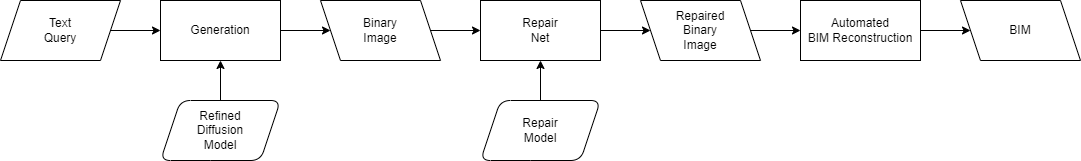
This is images/repaired_binary_model_gen.drawio.png from AI4SC/bim-diffusion-models, a draw.io export, as it was before one commit. Source tidied: cells renumbered, new cells last; positions are measured from the earlier drawing's top-left corner, leaving out a move shared by most shapes.
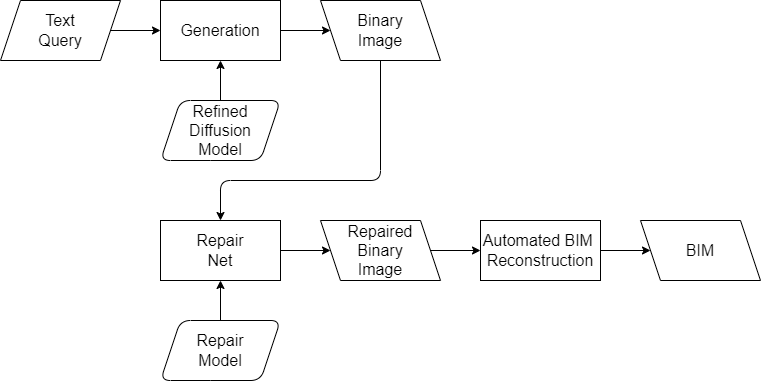
After the change.

Change to the diagram source:
```diff
@@ -2,55 +2,59 @@
   <root>
     <mxCell id="0" />
     <mxCell id="1" parent="0" />
-    <mxCell id="2" style="edgeStyle=none;html=1;exitX=1;exitY=0.5;exitDx=0;exitDy=0;entryX=0;entryY=0.5;entryDx=0;entryDy=0;" parent="1" edge="1" source="3" target="5">
+    <mxCell id="2" style="edgeStyle=none;html=1;exitX=1;exitY=0.5;exitDx=0;exitDy=0;entryX=0;entryY=0.5;entryDx=0;entryDy=0;fontSize=16;" parent="1" edge="1" source="3" target="5">
       <mxGeometry relative="1" as="geometry" />
     </mxCell>
-    <mxCell id="3" value="Text&lt;br&gt;Query" style="shape=parallelogram;perimeter=parallelogramPerimeter;whiteSpace=wrap;html=1;fixedSize=1;" parent="1" vertex="1">
-      <mxGeometry width="120" height="60" as="geometry" />
+    <mxCell id="3" value="Text&lt;br style=&quot;font-size: 16px;&quot;&gt;Query" style="shape=parallelogram;perimeter=parallelogramPerimeter;whiteSpace=wrap;html=1;fixedSize=1;fontSize=16;" parent="1" vertex="1">
+      <mxGeometry x="320" y="-220" width="120" height="60" as="geometry" />
     </mxCell>
-    <mxCell id="4" value="Binary&lt;br&gt;Image" style="shape=parallelogram;perimeter=parallelogramPerimeter;whiteSpace=wrap;html=1;fixedSize=1;flipH=1;" parent="1" vertex="1">
-      <mxGeometry x="320" width="120" height="60" as="geometry" />
+    <mxCell id="4" value="Binary&lt;br style=&quot;font-size: 16px;&quot;&gt;Image" style="shape=parallelogram;perimeter=parallelogramPerimeter;whiteSpace=wrap;html=1;fixedSize=1;flipH=1;fontSize=16;" parent="1" vertex="1">
+      <mxGeometry x="640" y="-220" width="120" height="60" as="geometry" />
     </mxCell>
-    <mxCell id="5" value="Generation" style="rounded=0;whiteSpace=wrap;html=1;" parent="1" vertex="1">
-      <mxGeometry x="160" width="120" height="60" as="geometry" />
+    <mxCell id="5" value="Generation" style="rounded=0;whiteSpace=wrap;html=1;fontSize=16;" parent="1" vertex="1">
+      <mxGeometry x="480" y="-220" width="120" height="60" as="geometry" />
     </mxCell>
-    <mxCell id="6" value="Repaired&lt;br&gt;Binary&lt;br style=&quot;border-color: var(--border-color);&quot;&gt;Image" style="shape=parallelogram;perimeter=parallelogramPerimeter;whiteSpace=wrap;html=1;fixedSize=1;flipH=1;" parent="1" vertex="1">
+    <mxCell id="6" value="Repaired&lt;br style=&quot;font-size: 16px;&quot;&gt;Binary&lt;br style=&quot;border-color: var(--border-color); font-size: 16px;&quot;&gt;Image" style="shape=parallelogram;perimeter=parallelogramPerimeter;whiteSpace=wrap;html=1;fixedSize=1;flipH=1;fontSize=16;" parent="1" vertex="1">
       <mxGeometry x="640" width="120" height="60" as="geometry" />
     </mxCell>
-    <mxCell id="7" value="Repair&lt;br&gt;Net" style="rounded=0;whiteSpace=wrap;html=1;" parent="1" vertex="1">
+    <mxCell id="7" value="Repair&lt;br style=&quot;font-size: 16px;&quot;&gt;Net" style="rounded=0;whiteSpace=wrap;html=1;fontSize=16;" parent="1" vertex="1">
       <mxGeometry x="480" width="120" height="60" as="geometry" />
     </mxCell>
-    <mxCell id="8" style="endArrow=classic;html=1;exitX=1;exitY=0.5;exitDx=0;exitDy=0;entryX=0;entryY=0.5;entryDx=0;entryDy=0;" parent="1" edge="1" source="4" target="7">
-      <mxGeometry relative="1" as="geometry" />
+    <mxCell id="8" style="endArrow=classic;html=1;entryX=0.5;entryY=0;entryDx=0;entryDy=0;fontSize=16;exitX=0.5;exitY=1;exitDx=0;exitDy=0;edgeStyle=elbowEdgeStyle;elbow=vertical;" parent="1" edge="1" source="4" target="7">
+      <mxGeometry relative="1" as="geometry">
+        <Array as="points">
+          <mxPoint x="620" y="-40" />
+        </Array>
+      </mxGeometry>
     </mxCell>
-    <mxCell id="9" style="endArrow=classic;html=1;exitX=1;exitY=0.5;exitDx=0;exitDy=0;entryX=0;entryY=0.5;entryDx=0;entryDy=0;" parent="1" edge="1" source="5" target="4">
+    <mxCell id="9" style="endArrow=classic;html=1;exitX=1;exitY=0.5;exitDx=0;exitDy=0;entryX=0;entryY=0.5;entryDx=0;entryDy=0;fontSize=16;" parent="1" edge="1" source="5" target="4">
       <mxGeometry relative="1" as="geometry" />
     </mxCell>
-    <mxCell id="10" style="endArrow=classic;html=1;exitX=1;exitY=0.5;exitDx=0;exitDy=0;entryX=0;entryY=0.5;entryDx=0;entryDy=0;" parent="1" edge="1" source="7" target="6">
+    <mxCell id="10" style="endArrow=classic;html=1;exitX=1;exitY=0.5;exitDx=0;exitDy=0;entryX=0;entryY=0.5;entryDx=0;entryDy=0;fontSize=16;" parent="1" edge="1" source="7" target="6">
       <mxGeometry relative="1" as="geometry" />
     </mxCell>
-    <mxCell id="11" value="Refined&lt;br&gt;Diffusion&lt;br style=&quot;border-color: var(--border-color);&quot;&gt;Model" style="shape=parallelogram;perimeter=parallelogramPerimeter;whiteSpace=wrap;html=1;fixedSize=1;flipH=0;rounded=1;" parent="1" vertex="1">
-      <mxGeometry x="160" y="100" width="120" height="60" as="geometry" />
+    <mxCell id="11" value="Refined&lt;br style=&quot;font-size: 16px;&quot;&gt;Diffusion&lt;br style=&quot;border-color: var(--border-color); font-size: 16px;&quot;&gt;Model" style="shape=parallelogram;perimeter=parallelogramPerimeter;whiteSpace=wrap;html=1;fixedSize=1;flipH=0;rounded=1;fontSize=16;" parent="1" vertex="1">
+      <mxGeometry x="480" y="-120" width="120" height="60" as="geometry" />
     </mxCell>
-    <mxCell id="12" style="endArrow=classic;html=1;exitX=0.5;exitY=0;exitDx=0;exitDy=0;entryX=0.5;entryY=1;entryDx=0;entryDy=0;" parent="1" edge="1" source="11" target="5">
+    <mxCell id="12" style="endArrow=classic;html=1;exitX=0.5;exitY=0;exitDx=0;exitDy=0;entryX=0.5;entryY=1;entryDx=0;entryDy=0;fontSize=16;" parent="1" edge="1" source="11" target="5">
       <mxGeometry relative="1" as="geometry" />
     </mxCell>
-    <mxCell id="13" value="BIM" style="shape=parallelogram;perimeter=parallelogramPerimeter;whiteSpace=wrap;html=1;fixedSize=1;flipH=1;" parent="1" vertex="1">
+    <mxCell id="13" value="BIM" style="shape=parallelogram;perimeter=parallelogramPerimeter;whiteSpace=wrap;html=1;fixedSize=1;flipH=1;fontSize=16;" parent="1" vertex="1">
       <mxGeometry x="960" width="120" height="60" as="geometry" />
     </mxCell>
-    <mxCell id="14" value="&lt;span style=&quot;border-color: var(--border-color); font-size: calc(var(--scale-factor)*18px); left: calc(var(--scale-factor)*93.98px); top: calc(var(--scale-factor)*114.4px); font-family: sans-serif; transform: scaleX(0.978809);&quot; dir=&quot;ltr&quot; role=&quot;presentation&quot;&gt;Automated BIM&lt;/span&gt;&lt;span style=&quot;border-color: var(--border-color); font-size: calc(var(--scale-factor)*18px); left: calc(var(--scale-factor)*405.35px); top: calc(var(--scale-factor)*114.4px); font-family: sans-serif;&quot; dir=&quot;ltr&quot; role=&quot;presentation&quot;&gt;&amp;nbsp;&lt;/span&gt;&lt;span style=&quot;border-color: var(--border-color); font-size: calc(var(--scale-factor)*18px); left: calc(var(--scale-factor)*410.14px); top: calc(var(--scale-factor)*114.4px); font-family: sans-serif; transform: scaleX(1.01232);&quot; dir=&quot;ltr&quot; role=&quot;presentation&quot;&gt;Reconstruction&lt;/span&gt;" style="rounded=0;whiteSpace=wrap;html=1;" parent="1" vertex="1">
+    <mxCell id="14" value="&lt;span style=&quot;border-color: var(--border-color); font-size: 16px; left: calc(var(--scale-factor)*93.98px); top: calc(var(--scale-factor)*114.4px); font-family: sans-serif; transform: scaleX(0.978809);&quot; dir=&quot;ltr&quot; role=&quot;presentation&quot;&gt;Automated BIM&lt;/span&gt;&lt;span style=&quot;border-color: var(--border-color); font-size: 16px; left: calc(var(--scale-factor)*405.35px); top: calc(var(--scale-factor)*114.4px); font-family: sans-serif;&quot; dir=&quot;ltr&quot; role=&quot;presentation&quot;&gt;&amp;nbsp;&lt;br&gt;&lt;/span&gt;&lt;span style=&quot;border-color: var(--border-color); font-size: 16px; left: calc(var(--scale-factor)*410.14px); top: calc(var(--scale-factor)*114.4px); font-family: sans-serif; transform: scaleX(1.01232);&quot; dir=&quot;ltr&quot; role=&quot;presentation&quot;&gt;Reconstruction&lt;/span&gt;" style="rounded=0;whiteSpace=wrap;html=1;fontSize=16;" parent="1" vertex="1">
       <mxGeometry x="800" width="120" height="60" as="geometry" />
     </mxCell>
-    <mxCell id="15" style="endArrow=classic;html=1;exitX=1;exitY=0.5;exitDx=0;exitDy=0;entryX=0;entryY=0.5;entryDx=0;entryDy=0;" parent="1" edge="1" source="6" target="14">
+    <mxCell id="15" style="endArrow=classic;html=1;exitX=1;exitY=0.5;exitDx=0;exitDy=0;entryX=0;entryY=0.5;entryDx=0;entryDy=0;fontSize=16;" parent="1" edge="1" source="6" target="14">
       <mxGeometry relative="1" as="geometry" />
     </mxCell>
-    <mxCell id="16" style="endArrow=classic;html=1;exitX=1;exitY=0.5;exitDx=0;exitDy=0;entryX=0;entryY=0.5;entryDx=0;entryDy=0;" parent="1" edge="1" source="14" target="13">
+    <mxCell id="16" style="endArrow=classic;html=1;exitX=1;exitY=0.5;exitDx=0;exitDy=0;entryX=0;entryY=0.5;entryDx=0;entryDy=0;fontSize=16;" parent="1" edge="1" source="14" target="13">
       <mxGeometry relative="1" as="geometry" />
     </mxCell>
-    <mxCell id="17" value="Repair&lt;br style=&quot;border-color: var(--border-color);&quot;&gt;Model" style="shape=parallelogram;perimeter=parallelogramPerimeter;whiteSpace=wrap;html=1;fixedSize=1;flipH=0;rounded=1;" parent="1" vertex="1">
+    <mxCell id="17" value="Repair&lt;br style=&quot;border-color: var(--border-color); font-size: 16px;&quot;&gt;Model" style="shape=parallelogram;perimeter=parallelogramPerimeter;whiteSpace=wrap;html=1;fixedSize=1;flipH=0;rounded=1;fontSize=16;" parent="1" vertex="1">
       <mxGeometry x="480" y="100" width="120" height="60" as="geometry" />
     </mxCell>
-    <mxCell id="18" style="endArrow=classic;html=1;exitX=0.5;exitY=0;exitDx=0;exitDy=0;entryX=0.5;entryY=1;entryDx=0;entryDy=0;" parent="1" edge="1" source="17">
+    <mxCell id="18" style="endArrow=classic;html=1;exitX=0.5;exitY=0;exitDx=0;exitDy=0;entryX=0.5;entryY=1;entryDx=0;entryDy=0;fontSize=16;" parent="1" edge="1" source="17">
       <mxGeometry relative="1" as="geometry">
         <mxPoint x="540" y="60" as="targetPoint" />
       </mxGeometry>
```
